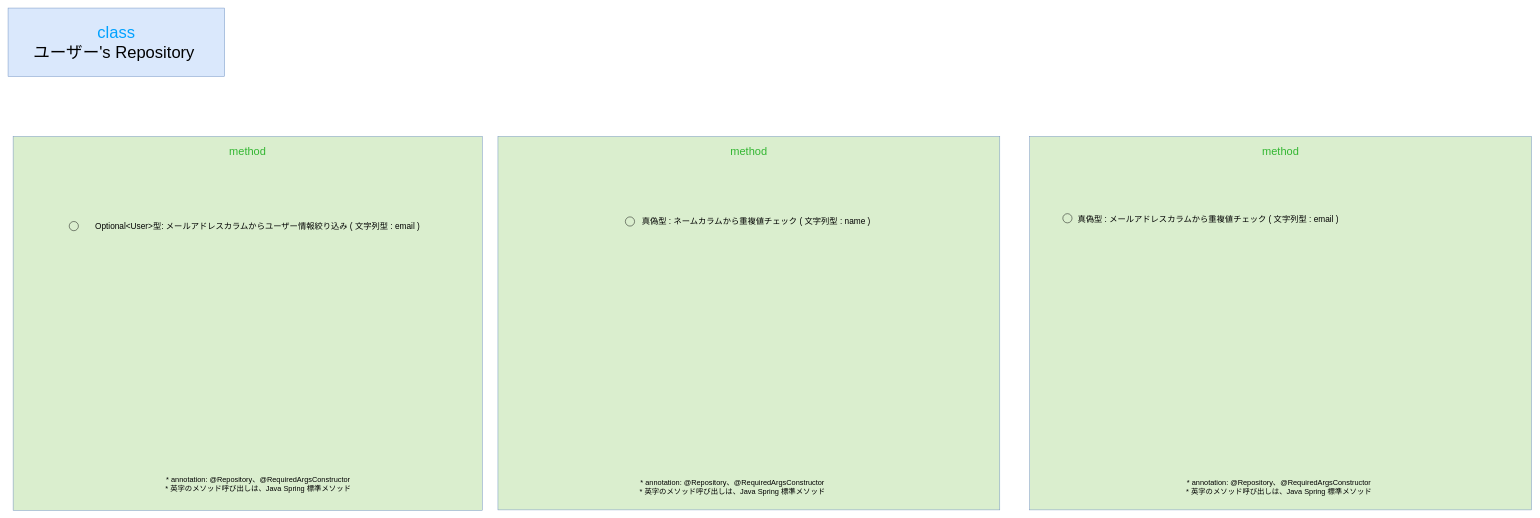
tro319/meeting_reservation_system keeps this draw.io diagram as gijigengo/repository/user/meeting_reservation_sys repository_user UsersRepository クラス 疑似言語.drawio. Above is the earlier version. Source tidied: cells renumbered, new cells numbered last; positions are measured from the earlier drawing's top-left corner, leaving out a move shared by most shapes. Both pictures are drawn from the tidied source at 46%, with x=0, y=0 at pixel (8, 8).
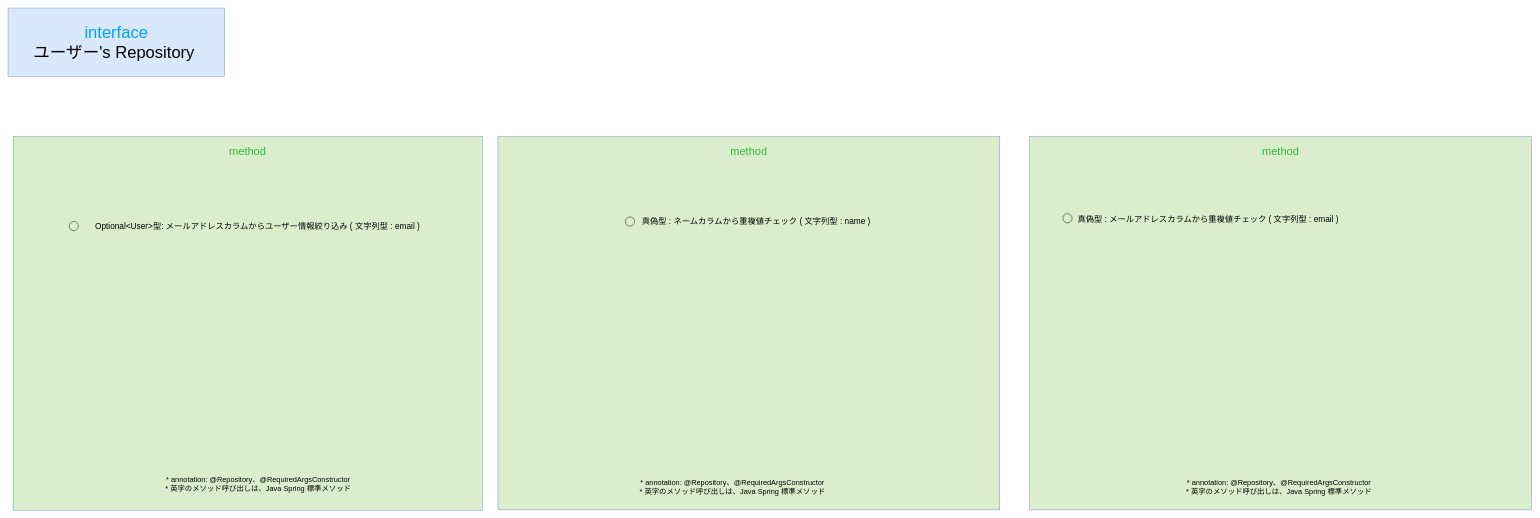
After the change.

What changed in the source:
```diff
@@
 <mxGraphModel>
   <root>
     <mxCell id="0" />
     <mxCell id="1" parent="0" />
-    <mxCell id="2" value="&lt;div&gt;&lt;span style=&quot;color: rgb(0, 161, 255);&quot;&gt;class&lt;/span&gt;&lt;/div&gt;&lt;div&gt;ユーザー's Repository&amp;nbsp;&lt;/div&gt;" style="text;html=1;whiteSpace=wrap;strokeColor=#6c8ebf;fillColor=#dae8fc;align=center;verticalAlign=middle;rounded=0;fontSize=36;" parent="1" vertex="1">
+    <mxCell id="2" value="&lt;div&gt;&lt;span style=&quot;color: rgb(0, 161, 255);&quot;&gt;interface&lt;/span&gt;&lt;/div&gt;&lt;div&gt;ユーザー's Repository&amp;nbsp;&lt;/div&gt;" style="text;html=1;whiteSpace=wrap;strokeColor=#6c8ebf;fillColor=#dae8fc;align=center;verticalAlign=middle;rounded=0;fontSize=36;" parent="1" vertex="1">
       <mxGeometry width="471" height="149" as="geometry" />
     </mxCell>
     <mxCell id="3" value="&lt;div&gt;&lt;font style=&quot;font-size: 24px;&quot;&gt;&lt;span style=&quot;color: rgb(50, 182, 49);&quot;&gt;&lt;span style=&quot;&quot;&gt;&lt;span style=&quot;&quot;&gt;&lt;span&gt;method&lt;/span&gt;&lt;/span&gt;&lt;/span&gt;&lt;/span&gt;&lt;/font&gt;&lt;/div&gt;&lt;div&gt;&lt;font style=&quot;font-size: 24px;&quot;&gt;&lt;span style=&quot;color: rgba(0, 0, 0, 0);&quot;&gt;&lt;span style=&quot;color: rgba(0, 0, 0, 0);&quot;&gt;&lt;span style=&quot;&quot;&gt;&lt;span style=&quot;&quot;&gt;&lt;br&gt;&lt;/span&gt;&lt;/span&gt;&lt;/span&gt;&lt;/span&gt;&lt;/font&gt;&lt;/div&gt;" style="text;html=1;whiteSpace=wrap;strokeColor=#6c8ebf;fillColor=light-dark(#daeece, #214210);align=center;verticalAlign=top;rounded=0;fontSize=36;fontColor=#00A1FF;" parent="1" vertex="1">
       <mxGeometry x="11" y="279" width="1020" height="813" as="geometry" />
     </mxCell>
     <mxCell id="4" value="&lt;div&gt;&lt;br&gt;&lt;/div&gt;&lt;div&gt;&lt;span&gt;&lt;span&gt;&lt;span style=&quot;color: rgb(0, 0, 0);&quot;&gt;&lt;font style=&quot;font-size: 16px;&quot;&gt;* annotation: @Repository、@RequiredArgsConstructor&lt;/font&gt;&lt;/span&gt;&lt;/span&gt;&lt;/span&gt;&lt;/div&gt;&lt;div&gt;&lt;span&gt;&lt;span&gt;&lt;span style=&quot;color: rgb(0, 0, 0);&quot;&gt;&lt;font style=&quot;font-size: 16px;&quot;&gt;* 英字のメソッド呼び出しは、Java Spring 標準メソッド&lt;/font&gt;&lt;/span&gt;&lt;/span&gt;&lt;/span&gt;&lt;/div&gt;" style="text;html=1;whiteSpace=wrap;strokeColor=none;fillColor=none;align=center;verticalAlign=middle;rounded=0;" parent="1" vertex="1">
       <mxGeometry x="249" y="1012" width="590" height="30" as="geometry" />
     </mxCell>
     <mxCell id="5" value="&lt;div&gt;&lt;font style=&quot;font-size: 24px;&quot;&gt;&lt;span style=&quot;color: rgb(50, 182, 49);&quot;&gt;&lt;span style=&quot;&quot;&gt;&lt;span style=&quot;&quot;&gt;&lt;span&gt;method&lt;/span&gt;&lt;/span&gt;&lt;/span&gt;&lt;/span&gt;&lt;/font&gt;&lt;/div&gt;&lt;div&gt;&lt;font style=&quot;font-size: 24px;&quot;&gt;&lt;span style=&quot;color: rgba(0, 0, 0, 0);&quot;&gt;&lt;span style=&quot;color: rgba(0, 0, 0, 0);&quot;&gt;&lt;span style=&quot;&quot;&gt;&lt;span style=&quot;&quot;&gt;&lt;br&gt;&lt;/span&gt;&lt;/span&gt;&lt;/span&gt;&lt;/span&gt;&lt;/font&gt;&lt;/div&gt;" style="text;html=1;whiteSpace=wrap;strokeColor=#6c8ebf;fillColor=light-dark(#daeece, #214210);align=center;verticalAlign=top;rounded=0;fontSize=36;fontColor=#00A1FF;" parent="1" vertex="1">
       <mxGeometry x="1065" y="279" width="1091" height="812" as="geometry" />
     </mxCell>
     <mxCell id="6" value="&lt;br&gt;&lt;div&gt;&lt;span&gt;&lt;span&gt;&lt;span style=&quot;color: rgb(0, 0, 0);&quot;&gt;&lt;font style=&quot;font-size: 16px;&quot;&gt;* annotation: @Repository、@RequiredArgsConstructor&lt;/font&gt;&lt;/span&gt;&lt;/span&gt;&lt;/span&gt;&lt;/div&gt;&lt;div&gt;&lt;span&gt;&lt;span&gt;&lt;span style=&quot;color: rgb(0, 0, 0);&quot;&gt;&lt;font style=&quot;font-size: 16px;&quot;&gt;* 英字のメソッド呼び出しは、Java Spring 標準メソッド&lt;/font&gt;&lt;/span&gt;&lt;/span&gt;&lt;/span&gt;&lt;/div&gt;" style="text;html=1;whiteSpace=wrap;strokeColor=none;fillColor=none;align=center;verticalAlign=middle;rounded=0;" parent="1" vertex="1">
       <mxGeometry x="1280" y="1018" width="590" height="30" as="geometry" />
     </mxCell>
     <mxCell id="7" style="group;" parent="1" vertex="1">
       <mxGeometry x="133" y="459" width="878" height="30" as="geometry" />
     </mxCell>
     <mxCell id="8" value="&amp;nbsp; &amp;nbsp; &amp;nbsp; &amp;nbsp; &amp;nbsp; &amp;nbsp; &amp;nbsp;" style="ellipse;whiteSpace=wrap;html=1;fillColor=none;" parent="7" vertex="1">
       <mxGeometry y="5" width="20" height="20" as="geometry" />
     </mxCell>
     <mxCell id="9" value="&lt;font style=&quot;font-size: 18px;&quot;&gt;&lt;span&gt;&lt;span&gt;&lt;span style=&quot;color: rgb(0, 0, 0);&quot;&gt;&lt;font&gt;Optional&amp;lt;User&amp;gt;型: メールアドレスカラムからユーザー情報絞り込み ( 文字列型 : email )&lt;/font&gt;&lt;/span&gt;&lt;/span&gt;&lt;/span&gt;&lt;/font&gt;" style="whiteSpace=wrap;html=1;fillColor=none;labelBorderColor=none;strokeColor=none;" parent="1" vertex="1">
       <mxGeometry x="159" y="459" width="767" height="30" as="geometry" />
     </mxCell>
     <mxCell id="10" value="&lt;font style=&quot;font-size: 18px;&quot;&gt;&lt;span&gt;&lt;span&gt;&lt;span style=&quot;color: rgb(0, 0, 0);&quot;&gt;&lt;font&gt;真偽型 : ネームカラムから重複値チェック ( 文字列型 : name )&lt;/font&gt;&lt;/span&gt;&lt;/span&gt;&lt;/span&gt;&lt;/font&gt;" style="whiteSpace=wrap;html=1;fillColor=none;labelBorderColor=none;strokeColor=none;" parent="1" vertex="1">
       <mxGeometry x="1371" y="449" width="511" height="30" as="geometry" />
     </mxCell>
     <mxCell id="11" value="&amp;nbsp; &amp;nbsp; &amp;nbsp; &amp;nbsp; &amp;nbsp; &amp;nbsp; &amp;nbsp;" style="ellipse;whiteSpace=wrap;html=1;fillColor=none;" parent="1" vertex="1">
       <mxGeometry x="1342" y="454" width="20" height="20" as="geometry" />
     </mxCell>
     <mxCell id="12" value="&lt;div&gt;&lt;font style=&quot;font-size: 24px;&quot;&gt;&lt;span style=&quot;color: rgb(50, 182, 49);&quot;&gt;&lt;span style=&quot;&quot;&gt;&lt;span style=&quot;&quot;&gt;&lt;span&gt;method&lt;/span&gt;&lt;/span&gt;&lt;/span&gt;&lt;/span&gt;&lt;/font&gt;&lt;/div&gt;&lt;div&gt;&lt;font style=&quot;font-size: 24px;&quot;&gt;&lt;span style=&quot;color: rgba(0, 0, 0, 0);&quot;&gt;&lt;span style=&quot;color: rgba(0, 0, 0, 0);&quot;&gt;&lt;span style=&quot;&quot;&gt;&lt;span style=&quot;&quot;&gt;&lt;br&gt;&lt;/span&gt;&lt;/span&gt;&lt;/span&gt;&lt;/span&gt;&lt;/font&gt;&lt;/div&gt;" style="text;html=1;whiteSpace=wrap;strokeColor=#6c8ebf;fillColor=light-dark(#daeece, #214210);align=center;verticalAlign=top;rounded=0;fontSize=36;fontColor=#00A1FF;" parent="1" vertex="1">
       <mxGeometry x="2221" y="279" width="1091" height="812" as="geometry" />
     </mxCell>
     <mxCell id="13" value="&lt;font style=&quot;font-size: 18px;&quot;&gt;&lt;span&gt;&lt;span&gt;&lt;span style=&quot;color: rgb(0, 0, 0);&quot;&gt;&lt;font&gt;真偽型 : メールアドレスカラムから重複値チェック ( 文字列型 : email )&lt;/font&gt;&lt;/span&gt;&lt;/span&gt;&lt;/span&gt;&lt;/font&gt;" style="whiteSpace=wrap;html=1;fillColor=none;labelBorderColor=none;strokeColor=none;" parent="1" vertex="1">
       <mxGeometry x="2301" y="444" width="615.5" height="30" as="geometry" />
     </mxCell>
     <mxCell id="14" value="&amp;nbsp; &amp;nbsp; &amp;nbsp; &amp;nbsp; &amp;nbsp; &amp;nbsp; &amp;nbsp;" style="ellipse;whiteSpace=wrap;html=1;fillColor=none;" parent="1" vertex="1">
       <mxGeometry x="2293" y="447" width="20" height="20" as="geometry" />
     </mxCell>
     <mxCell id="15" value="&lt;br&gt;&lt;div&gt;&lt;span&gt;&lt;span&gt;&lt;span style=&quot;color: rgb(0, 0, 0);&quot;&gt;&lt;font style=&quot;font-size: 16px;&quot;&gt;* annotation: @Repository、@RequiredArgsConstructor&lt;/font&gt;&lt;/span&gt;&lt;/span&gt;&lt;/span&gt;&lt;/div&gt;&lt;div&gt;&lt;span&gt;&lt;span&gt;&lt;span style=&quot;color: rgb(0, 0, 0);&quot;&gt;&lt;font style=&quot;font-size: 16px;&quot;&gt;* 英字のメソッド呼び出しは、Java Spring 標準メソッド&lt;/font&gt;&lt;/span&gt;&lt;/span&gt;&lt;/span&gt;&lt;/div&gt;" style="text;html=1;whiteSpace=wrap;strokeColor=none;fillColor=none;align=center;verticalAlign=middle;rounded=0;" parent="1" vertex="1">
       <mxGeometry x="2468" y="1018" width="590" height="30" as="geometry" />
     </mxCell>
   </root>
 </mxGraphModel>
```
